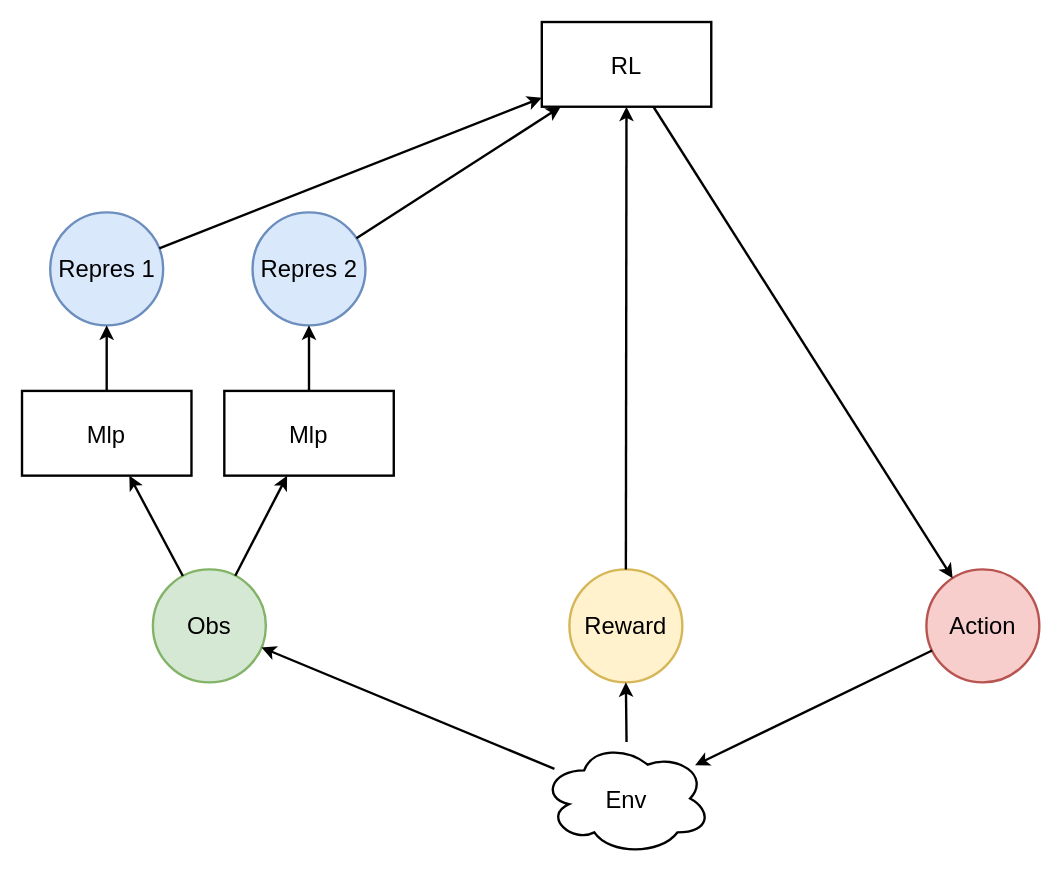
This is page "step-0" (1 of 5) of proposal/images/step_1.drawio from liusida/RL-course-project, a draw.io file, before an edit. Source tidied: cells renumbered, new cells numbered last; positions are measured from the earlier drawing's top-left corner, leaving out a move shared by most shapes. Both pictures are drawn from the tidied source at 119%, with x=0, y=0 at pixel (21, 21).
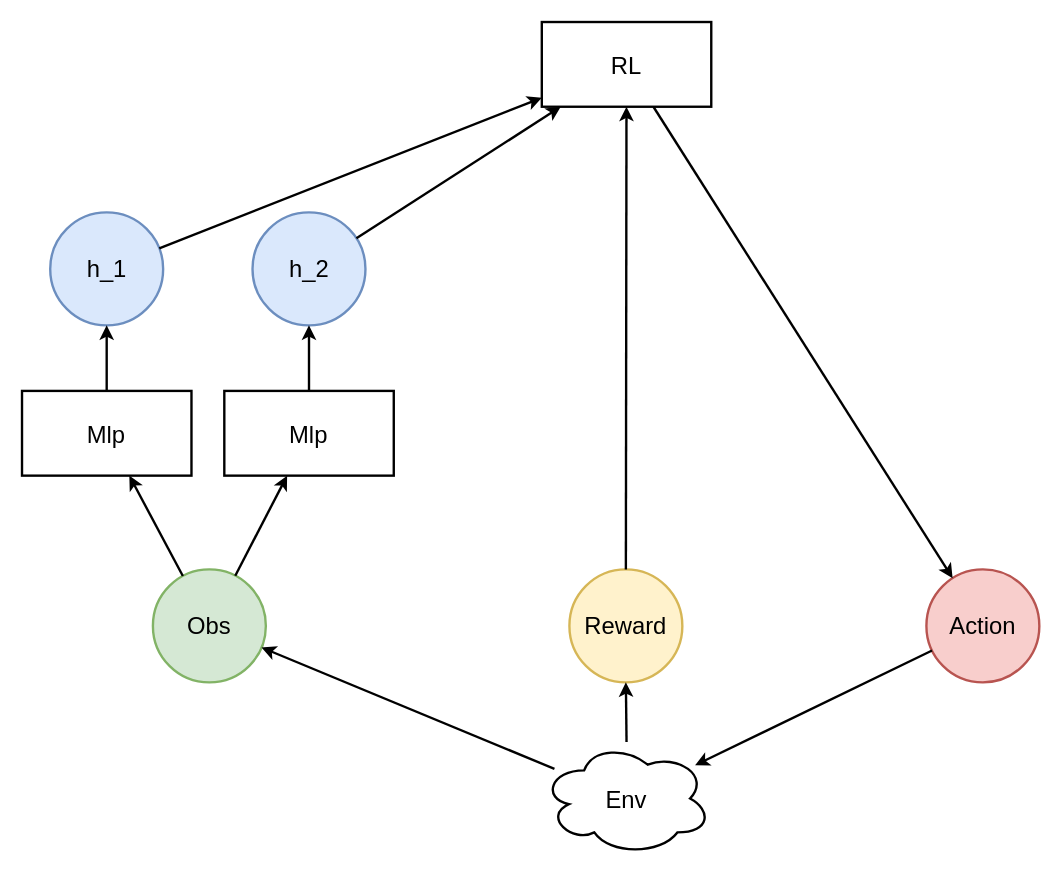
After the change.

The edit, as a diff of the source:
```diff
@@
-    <mxCell id="11" value="Repres 1" style="ellipse;whiteSpace=wrap;html=1;fillColor=#dae8fc;strokeColor=#6c8ebf;fontSize=20;strokeWidth=2;" parent="1" vertex="1">
+    <mxCell id="11" value="h_1" style="ellipse;whiteSpace=wrap;html=1;fillColor=#dae8fc;strokeColor=#6c8ebf;fontSize=20;strokeWidth=2;" parent="1" vertex="1">
       <mxGeometry x="23.7" y="160" width="94.9" height="94.9" as="geometry" />
     </mxCell>
-    <mxCell id="12" value="Repres 2" style="ellipse;whiteSpace=wrap;html=1;fillColor=#dae8fc;strokeColor=#6c8ebf;fontSize=20;strokeWidth=2;" parent="1" vertex="1">
+    <mxCell id="12" value="h_2" style="ellipse;whiteSpace=wrap;html=1;fillColor=#dae8fc;strokeColor=#6c8ebf;fontSize=20;strokeWidth=2;" parent="1" vertex="1">
       <mxGeometry x="193.7" y="160" width="94.9" height="94.9" as="geometry" />
     </mxCell>
```
